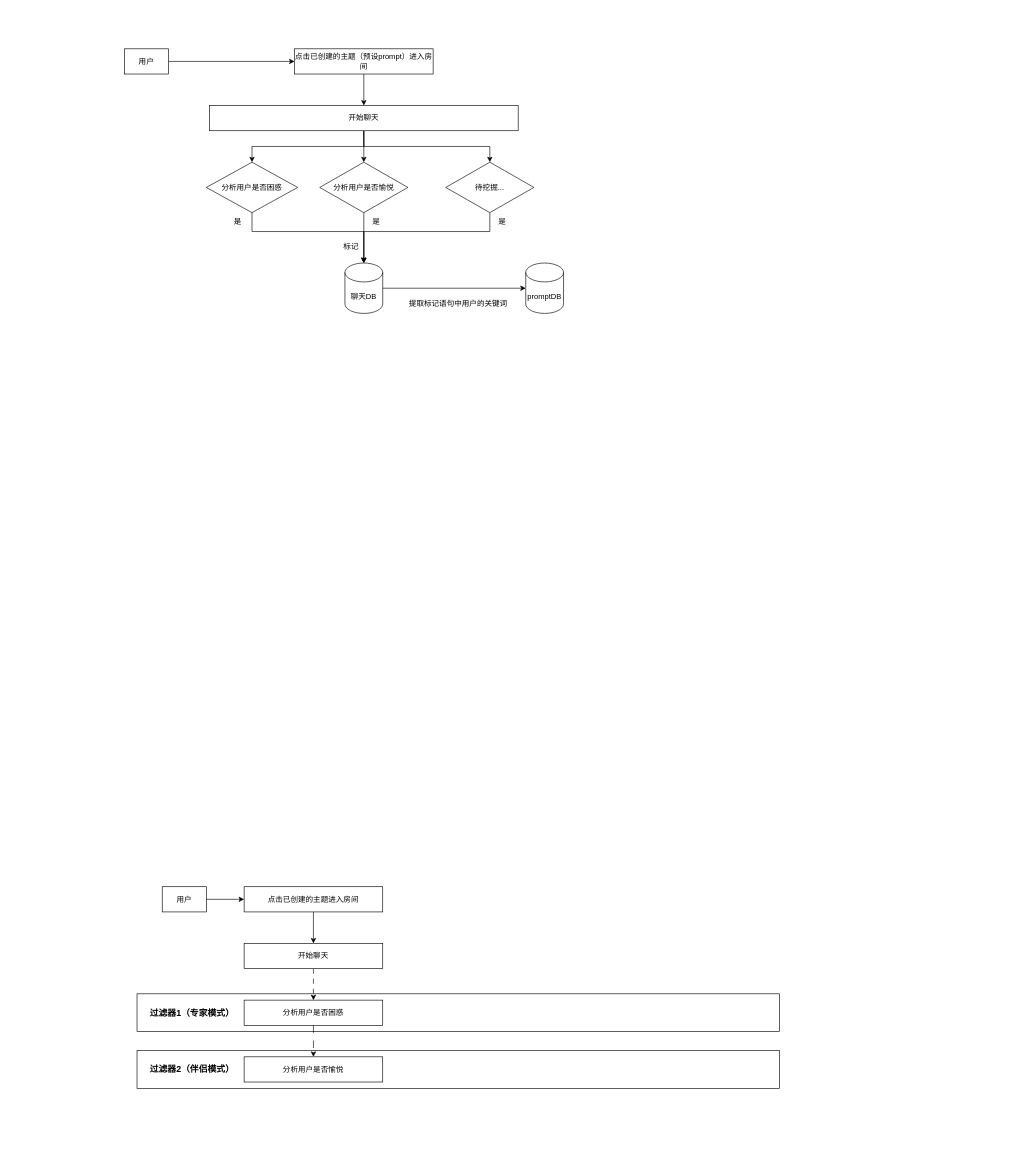
GithubWangXiaoXi/draw-io keeps this draw.io diagram as MBTI.drawio. Above is the earlier version. Source tidied: cells renumbered, new cells numbered last; positions are measured from the earlier drawing's top-left corner, leaving out a move shared by most shapes. Both pictures are drawn from the tidied source at 63%, with x=0, y=0 at pixel (124, 49).
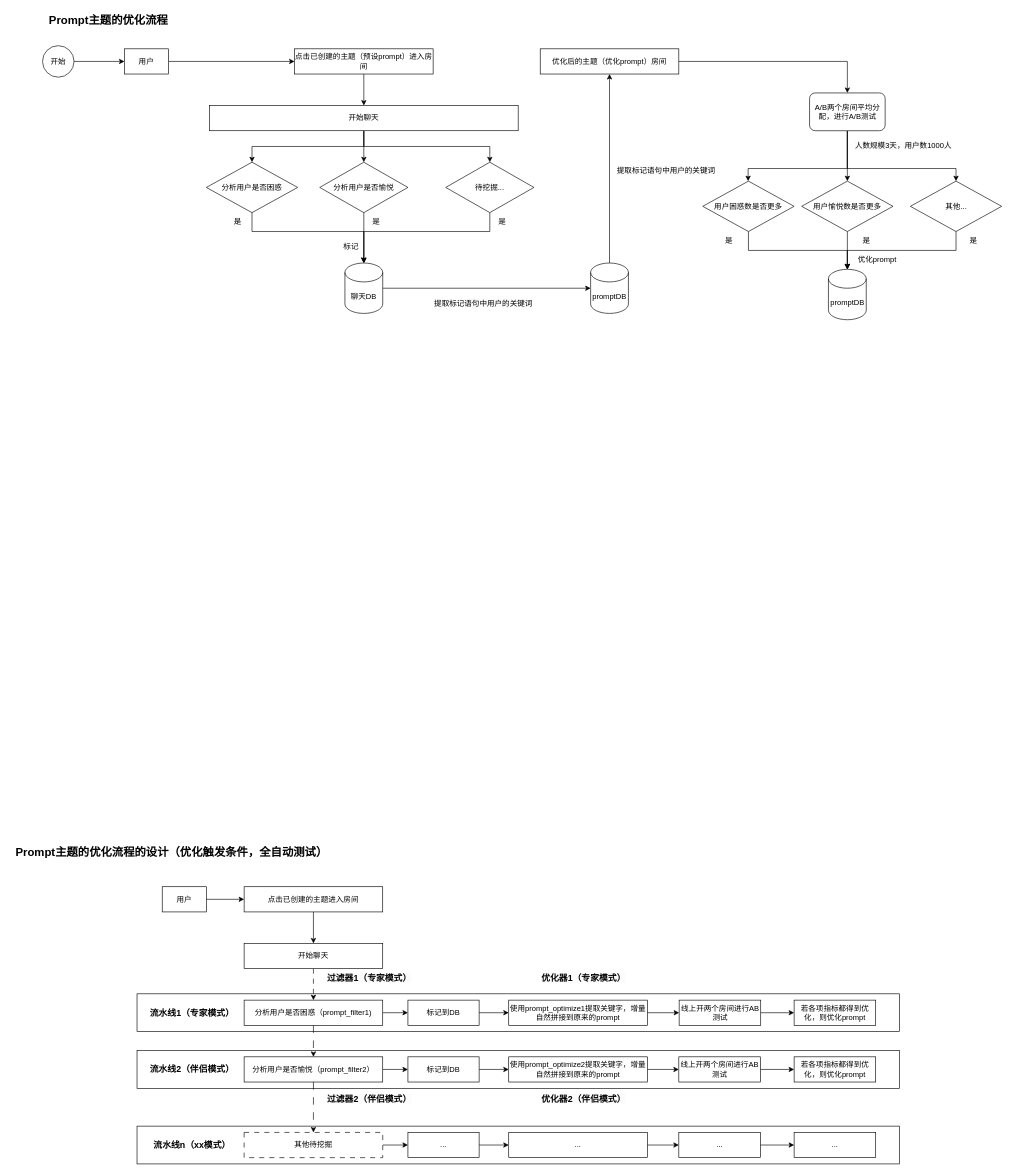
After the change.

Unchanged cells that the change refers to:
```xml
<mxCell id="3" value="用户" style="rounded=0;whiteSpace=wrap;html=1;" parent="1" vertex="1">
  <mxGeometry width="70" height="40" as="geometry" />
</mxCell>
```

Diff of the diagram source:
```diff
@@
+    <mxCell id="37" style="rounded=0;whiteSpace=wrap;html=1;" parent="1" vertex="1">
+      <mxGeometry x="20" y="1710" width="1210" height="60" as="geometry" />
+    </mxCell>
@@
     <mxCell id="10" style="rounded=0;whiteSpace=wrap;html=1;" parent="1" vertex="1">
-      <mxGeometry x="20" y="1590" width="1020" height="60" as="geometry" />
+      <mxGeometry x="20" y="1590" width="1210" height="60" as="geometry" />
     </mxCell>
@@
     <mxCell id="15" style="rounded=0;whiteSpace=wrap;html=1;" parent="1" vertex="1">
-      <mxGeometry x="20" y="1500" width="1020" height="60" as="geometry" />
+      <mxGeometry x="20" y="1500" width="1210" height="60" as="geometry" />
     </mxCell>
@@
+    <mxCell id="38" style="edgeStyle=orthogonalEdgeStyle;rounded=0;jettySize=auto;html=1;" parent="1" edge="1" source="19" target="66">
+      <mxGeometry relative="1" as="geometry" />
+    </mxCell>
-    <mxCell id="19" value="分析用户是否困惑" style="rounded=0;whiteSpace=wrap;html=1;" parent="1" vertex="1">
+    <mxCell id="19" value="分析用户是否困惑（prompt_filter1)" style="rounded=0;whiteSpace=wrap;html=1;" parent="1" vertex="1">
       <mxGeometry x="190" y="1510" width="220" height="40" as="geometry" />
     </mxCell>
-    <mxCell id="20" value="&lt;font style=&quot;font-size: 14px;&quot;&gt;过滤器1（专家模式）&lt;/font&gt;" style="text;html=1;strokeColor=none;fillColor=none;align=center;verticalAlign=middle;whiteSpace=wrap;rounded=0;fontStyle=1;" parent="1" vertex="1">
+    <mxCell id="20" value="&lt;font style=&quot;font-size: 14px;&quot;&gt;流水线1（专家模式）&lt;/font&gt;" style="text;html=1;strokeColor=none;fillColor=none;align=center;verticalAlign=middle;whiteSpace=wrap;rounded=0;fontStyle=1;" parent="1" vertex="1">
       <mxGeometry x="35" y="1515" width="145" height="30" as="geometry" />
     </mxCell>
+    <mxCell id="39" style="edgeStyle=orthogonalEdgeStyle;rounded=0;jettySize=auto;html=1;" parent="1" edge="1" source="21" target="72">
+      <mxGeometry relative="1" as="geometry" />
+    </mxCell>
+    <mxCell id="40" style="edgeStyle=orthogonalEdgeStyle;rounded=0;jettySize=auto;html=1;dashed=1;dashPattern=12 12;" parent="1" edge="1" source="21" target="84">
+      <mxGeometry relative="1" as="geometry" />
+    </mxCell>
-    <mxCell id="21" value="分析用户是否愉悦" style="rounded=0;whiteSpace=wrap;html=1;" parent="1" vertex="1">
+    <mxCell id="21" value="分析用户是否愉悦（prompt_filter2）" style="rounded=0;whiteSpace=wrap;html=1;" parent="1" vertex="1">
       <mxGeometry x="190" y="1600" width="220" height="40" as="geometry" />
     </mxCell>
-    <mxCell id="22" value="&lt;font style=&quot;font-size: 14px;&quot;&gt;过滤器2（伴侣模式）&lt;/font&gt;" style="text;html=1;strokeColor=none;fillColor=none;align=center;verticalAlign=middle;whiteSpace=wrap;rounded=0;fontStyle=1;" parent="1" vertex="1">
+    <mxCell id="22" value="&lt;font style=&quot;font-size: 14px;&quot;&gt;流水线2（伴侣模式）&lt;/font&gt;" style="text;html=1;strokeColor=none;fillColor=none;align=center;verticalAlign=middle;whiteSpace=wrap;rounded=0;fontStyle=1;" parent="1" vertex="1">
       <mxGeometry x="35" y="1605" width="145" height="30" as="geometry" />
     </mxCell>
@@
+    <mxCell id="41" style="edgeStyle=orthogonalEdgeStyle;rounded=0;jettySize=auto;html=1;" parent="1" edge="1" source="35" target="44">
+      <mxGeometry relative="1" as="geometry" />
+    </mxCell>
     <mxCell id="35" value="promptDB" style="shape=cylinder3;whiteSpace=wrap;html=1;boundedLbl=1;backgroundOutline=1;size=15;" parent="1" vertex="1">
-      <mxGeometry x="637" y="340" width="60" height="80" as="geometry" />
+      <mxGeometry x="740" y="340" width="60" height="80" as="geometry" />
     </mxCell>
     <mxCell id="36" value="&lt;span style=&quot;color: rgb(0, 0, 0); font-family: Helvetica; font-size: 12px; font-style: normal; font-variant-ligatures: normal; font-variant-caps: normal; font-weight: 400; letter-spacing: normal; orphans: 2; text-align: center; text-indent: 0px; text-transform: none; widows: 2; word-spacing: 0px; -webkit-text-stroke-width: 0px; background-color: rgb(251, 251, 251); text-decoration-thickness: initial; text-decoration-style: initial; text-decoration-color: initial; float: none; display: inline !important;&quot;&gt;提取标记语句中用户的关键词&lt;/span&gt;" style="text;whiteSpace=wrap;html=1;" parent="1" vertex="1">
-      <mxGeometry x="450" y="390" width="160" height="40" as="geometry" />
+      <mxGeometry x="490" y="390" width="160" height="40" as="geometry" />
     </mxCell>
+    <mxCell id="42" value="&lt;span style=&quot;color: rgb(0, 0, 0); font-family: Helvetica; font-size: 12px; font-style: normal; font-variant-ligatures: normal; font-variant-caps: normal; font-weight: 400; letter-spacing: normal; orphans: 2; text-align: center; text-indent: 0px; text-transform: none; widows: 2; word-spacing: 0px; -webkit-text-stroke-width: 0px; background-color: rgb(251, 251, 251); text-decoration-thickness: initial; text-decoration-style: initial; text-decoration-color: initial; float: none; display: inline !important;&quot;&gt;提取标记语句中用户的关键词&lt;/span&gt;" style="text;whiteSpace=wrap;html=1;" parent="1" vertex="1">
+      <mxGeometry x="780" y="180" width="160" height="30" as="geometry" />
+    </mxCell>
+    <mxCell id="43" style="edgeStyle=orthogonalEdgeStyle;rounded=0;jettySize=auto;html=1;entryX=0.5;entryY=0;entryDx=0;entryDy=0;" parent="1" edge="1" source="44" target="50">
+      <mxGeometry relative="1" as="geometry" />
+    </mxCell>
+    <mxCell id="44" value="优化后的主题（优化prompt）房间" style="rounded=0;whiteSpace=wrap;html=1;" parent="1" vertex="1">
+      <mxGeometry x="660" width="220" height="40" as="geometry" />
+    </mxCell>
+    <mxCell id="45" style="edgeStyle=orthogonalEdgeStyle;rounded=0;jettySize=auto;html=1;entryX=0;entryY=0.5;entryDx=0;entryDy=0;" parent="1" edge="1" source="46" target="3">
+      <mxGeometry relative="1" as="geometry" />
+    </mxCell>
+    <mxCell id="46" value="开始" style="ellipse;whiteSpace=wrap;html=1;" parent="1" vertex="1">
+      <mxGeometry x="-130" y="-5" width="50" height="50" as="geometry" />
+    </mxCell>
+    <mxCell id="47" style="edgeStyle=orthogonalEdgeStyle;rounded=0;jettySize=auto;html=1;exitX=0.5;exitY=1;exitDx=0;exitDy=0;entryX=0.5;entryY=0;entryDx=0;entryDy=0;" parent="1" edge="1" source="50">
+      <mxGeometry relative="1" as="geometry">
+        <mxPoint x="990" y="210" as="targetPoint" />
+        <Array as="points">
+          <mxPoint x="1147.5" y="190" />
+          <mxPoint x="990.5" y="190" />
+        </Array>
+      </mxGeometry>
+    </mxCell>
+    <mxCell id="48" style="edgeStyle=orthogonalEdgeStyle;rounded=0;jettySize=auto;html=1;entryX=0.5;entryY=0;entryDx=0;entryDy=0;" parent="1" edge="1" source="50" target="52">
+      <mxGeometry relative="1" as="geometry" />
+    </mxCell>
+    <mxCell id="49" style="edgeStyle=orthogonalEdgeStyle;rounded=0;jettySize=auto;html=1;entryX=0.5;entryY=0;entryDx=0;entryDy=0;" parent="1" edge="1" source="50" target="53">
+      <mxGeometry relative="1" as="geometry">
+        <Array as="points">
+          <mxPoint x="1147.5" y="190" />
+          <mxPoint x="1320.5" y="190" />
+        </Array>
+      </mxGeometry>
+    </mxCell>
+    <mxCell id="50" value="A/B两个房间平均分配，进行A/B测试" style="rounded=1;whiteSpace=wrap;html=1;" parent="1" vertex="1">
+      <mxGeometry x="1087.5" y="70" width="120" height="60" as="geometry" />
+    </mxCell>
+    <mxCell id="51" value="用户困惑数是否更多" style="rhombus;whiteSpace=wrap;html=1;" parent="1" vertex="1">
+      <mxGeometry x="918" y="210" width="145" height="80" as="geometry" />
+    </mxCell>
+    <mxCell id="52" value="用户愉悦数是否更多" style="rhombus;whiteSpace=wrap;html=1;" parent="1" vertex="1">
+      <mxGeometry x="1075" y="210" width="145" height="80" as="geometry" />
+    </mxCell>
+    <mxCell id="53" value="其他..." style="rhombus;whiteSpace=wrap;html=1;" parent="1" vertex="1">
+      <mxGeometry x="1247.5" y="210" width="145" height="80" as="geometry" />
+    </mxCell>
+    <mxCell id="54" value="&lt;span style=&quot;color: rgb(0, 0, 0); font-family: Helvetica; font-size: 12px; font-style: normal; font-variant-ligatures: normal; font-variant-caps: normal; font-weight: 400; letter-spacing: normal; orphans: 2; text-align: center; text-indent: 0px; text-transform: none; widows: 2; word-spacing: 0px; -webkit-text-stroke-width: 0px; background-color: rgb(251, 251, 251); text-decoration-thickness: initial; text-decoration-style: initial; text-decoration-color: initial; float: none; display: inline !important;&quot;&gt;人数规模3天，用户数1000人&lt;/span&gt;" style="text;whiteSpace=wrap;html=1;" parent="1" vertex="1">
+      <mxGeometry x="1157.5" y="140" width="160" height="30" as="geometry" />
+    </mxCell>
+    <mxCell id="55" value="&lt;font style=&quot;font-size: 18px;&quot;&gt;&lt;b&gt;Prompt主题的优化流程&lt;/b&gt;&lt;/font&gt;" style="text;html=1;strokeColor=none;fillColor=none;align=center;verticalAlign=middle;whiteSpace=wrap;rounded=0;" parent="1" vertex="1">
+      <mxGeometry x="-130" y="-60" width="210" height="30" as="geometry" />
+    </mxCell>
+    <mxCell id="56" value="&lt;font style=&quot;font-size: 18px;&quot;&gt;&lt;b&gt;Prompt主题的优化流程的设计（优化触发条件，全自动测试）&lt;/b&gt;&lt;/font&gt;" style="text;html=1;strokeColor=none;fillColor=none;align=center;verticalAlign=middle;whiteSpace=wrap;rounded=0;" parent="1" vertex="1">
+      <mxGeometry x="-180" y="1260" width="510" height="30" as="geometry" />
+    </mxCell>
+    <mxCell id="57" value="promptDB" style="shape=cylinder3;whiteSpace=wrap;html=1;boundedLbl=1;backgroundOutline=1;size=15;" parent="1" vertex="1">
+      <mxGeometry x="1117.5" y="350" width="60" height="80" as="geometry" />
+    </mxCell>
+    <mxCell id="58" style="edgeStyle=orthogonalEdgeStyle;rounded=0;jettySize=auto;html=1;exitX=0.5;exitY=1;exitDx=0;exitDy=0;entryX=0.5;entryY=0;entryDx=0;entryDy=0;entryPerimeter=0;" parent="1" edge="1" source="51" target="57">
+      <mxGeometry relative="1" as="geometry">
+        <Array as="points">
+          <mxPoint x="990" y="320" />
+          <mxPoint x="1148" y="320" />
+        </Array>
+      </mxGeometry>
+    </mxCell>
+    <mxCell id="59" style="edgeStyle=orthogonalEdgeStyle;rounded=0;jettySize=auto;html=1;entryX=0.5;entryY=0;entryDx=0;entryDy=0;entryPerimeter=0;" parent="1" edge="1" source="53" target="57">
+      <mxGeometry relative="1" as="geometry">
+        <Array as="points">
+          <mxPoint x="1320" y="320" />
+          <mxPoint x="1148" y="320" />
+        </Array>
+      </mxGeometry>
+    </mxCell>
+    <mxCell id="60" style="edgeStyle=orthogonalEdgeStyle;rounded=0;jettySize=auto;html=1;entryX=0.5;entryY=0;entryDx=0;entryDy=0;entryPerimeter=0;" parent="1" edge="1" source="52" target="57">
+      <mxGeometry relative="1" as="geometry" />
+    </mxCell>
+    <mxCell id="61" value="是" style="text;html=1;strokeColor=none;fillColor=none;align=center;verticalAlign=middle;whiteSpace=wrap;rounded=0;" parent="1" vertex="1">
+      <mxGeometry x="930" y="290" width="60" height="30" as="geometry" />
+    </mxCell>
+    <mxCell id="62" value="是" style="text;html=1;strokeColor=none;fillColor=none;align=center;verticalAlign=middle;whiteSpace=wrap;rounded=0;" parent="1" vertex="1">
+      <mxGeometry x="1147.5" y="290" width="60" height="30" as="geometry" />
+    </mxCell>
+    <mxCell id="63" value="是" style="text;html=1;strokeColor=none;fillColor=none;align=center;verticalAlign=middle;whiteSpace=wrap;rounded=0;" parent="1" vertex="1">
+      <mxGeometry x="1317.5" y="290" width="60" height="30" as="geometry" />
+    </mxCell>
+    <mxCell id="64" value="优化prompt" style="text;html=1;strokeColor=none;fillColor=none;align=center;verticalAlign=middle;whiteSpace=wrap;rounded=0;" parent="1" vertex="1">
+      <mxGeometry x="1130" y="320" width="130" height="30" as="geometry" />
+    </mxCell>
+    <mxCell id="65" style="edgeStyle=orthogonalEdgeStyle;rounded=0;jettySize=auto;html=1;" parent="1" edge="1" source="66" target="68">
+      <mxGeometry relative="1" as="geometry" />
+    </mxCell>
+    <mxCell id="66" value="标记到DB" style="rounded=0;whiteSpace=wrap;html=1;" parent="1" vertex="1">
+      <mxGeometry x="450" y="1510" width="113" height="40" as="geometry" />
+    </mxCell>
+    <mxCell id="67" style="edgeStyle=orthogonalEdgeStyle;rounded=0;jettySize=auto;html=1;" parent="1" edge="1" source="68" target="70">
+      <mxGeometry relative="1" as="geometry" />
+    </mxCell>
+    <mxCell id="68" value="使用prompt_optimize1提取关键字，增量自然拼接到原来的prompt" style="rounded=0;whiteSpace=wrap;html=1;" parent="1" vertex="1">
+      <mxGeometry x="610" y="1510" width="220" height="40" as="geometry" />
+    </mxCell>
+    <mxCell id="69" style="edgeStyle=orthogonalEdgeStyle;rounded=0;jettySize=auto;html=1;" parent="1" edge="1" source="70" target="77">
+      <mxGeometry relative="1" as="geometry" />
+    </mxCell>
+    <mxCell id="70" value="线上开两个房间进行AB测试" style="rounded=0;whiteSpace=wrap;html=1;" parent="1" vertex="1">
+      <mxGeometry x="880.5" y="1510" width="129.5" height="40" as="geometry" />
+    </mxCell>
+    <mxCell id="71" style="edgeStyle=orthogonalEdgeStyle;rounded=0;jettySize=auto;html=1;" parent="1" edge="1" source="72" target="74">
+      <mxGeometry relative="1" as="geometry" />
+    </mxCell>
+    <mxCell id="72" value="标记到DB" style="rounded=0;whiteSpace=wrap;html=1;" parent="1" vertex="1">
+      <mxGeometry x="450" y="1600" width="113" height="40" as="geometry" />
+    </mxCell>
+    <mxCell id="73" style="edgeStyle=orthogonalEdgeStyle;rounded=0;jettySize=auto;html=1;" parent="1" edge="1" source="74" target="76">
+      <mxGeometry relative="1" as="geometry" />
+    </mxCell>
+    <mxCell id="74" value="使用prompt_optimize2提取关键字，增量自然拼接到原来的prompt" style="rounded=0;whiteSpace=wrap;html=1;" parent="1" vertex="1">
+      <mxGeometry x="610" y="1600" width="220" height="40" as="geometry" />
+    </mxCell>
+    <mxCell id="75" style="edgeStyle=orthogonalEdgeStyle;rounded=0;jettySize=auto;html=1;" parent="1" edge="1" source="76" target="78">
+      <mxGeometry relative="1" as="geometry" />
+    </mxCell>
+    <mxCell id="76" value="线上开两个房间进行AB测试" style="rounded=0;whiteSpace=wrap;html=1;" parent="1" vertex="1">
+      <mxGeometry x="880" y="1600" width="129.5" height="40" as="geometry" />
+    </mxCell>
+    <mxCell id="77" value="若各项指标都得到优化，则优化prompt" style="rounded=0;whiteSpace=wrap;html=1;" parent="1" vertex="1">
+      <mxGeometry x="1063" y="1510" width="129.5" height="40" as="geometry" />
+    </mxCell>
+    <mxCell id="78" value="若各项指标都得到优化，则优化prompt" style="rounded=0;whiteSpace=wrap;html=1;" parent="1" vertex="1">
+      <mxGeometry x="1063" y="1600" width="129.5" height="40" as="geometry" />
+    </mxCell>
+    <mxCell id="79" value="&lt;span style=&quot;color: rgb(0, 0, 0); font-family: Helvetica; font-size: 14px; font-style: normal; font-variant-ligatures: normal; font-variant-caps: normal; font-weight: 700; letter-spacing: normal; orphans: 2; text-align: center; text-indent: 0px; text-transform: none; widows: 2; word-spacing: 0px; -webkit-text-stroke-width: 0px; background-color: rgb(251, 251, 251); text-decoration-thickness: initial; text-decoration-style: initial; text-decoration-color: initial; float: none; display: inline !important;&quot;&gt;过滤器1（专家模式）&lt;/span&gt;" style="text;whiteSpace=wrap;html=1;" parent="1" vertex="1">
+      <mxGeometry x="320" y="1460" width="170" height="40" as="geometry" />
+    </mxCell>
+    <mxCell id="80" value="&lt;span style=&quot;color: rgb(0, 0, 0); font-family: Helvetica; font-size: 14px; font-style: normal; font-variant-ligatures: normal; font-variant-caps: normal; font-weight: 700; letter-spacing: normal; orphans: 2; text-align: center; text-indent: 0px; text-transform: none; widows: 2; word-spacing: 0px; -webkit-text-stroke-width: 0px; background-color: rgb(251, 251, 251); text-decoration-thickness: initial; text-decoration-style: initial; text-decoration-color: initial; float: none; display: inline !important;&quot;&gt;过滤器2（伴侣模式）&lt;/span&gt;" style="text;whiteSpace=wrap;html=1;" parent="1" vertex="1">
+      <mxGeometry x="320" y="1652" width="170" height="40" as="geometry" />
+    </mxCell>
+    <mxCell id="81" value="&lt;span style=&quot;color: rgb(0, 0, 0); font-family: Helvetica; font-size: 14px; font-style: normal; font-variant-ligatures: normal; font-variant-caps: normal; font-weight: 700; letter-spacing: normal; orphans: 2; text-align: center; text-indent: 0px; text-transform: none; widows: 2; word-spacing: 0px; -webkit-text-stroke-width: 0px; background-color: rgb(251, 251, 251); text-decoration-thickness: initial; text-decoration-style: initial; text-decoration-color: initial; float: none; display: inline !important;&quot;&gt;优化器2（伴侣模式）&lt;/span&gt;" style="text;whiteSpace=wrap;html=1;" parent="1" vertex="1">
+      <mxGeometry x="660" y="1652" width="170" height="40" as="geometry" />
+    </mxCell>
+    <mxCell id="82" value="&lt;span style=&quot;color: rgb(0, 0, 0); font-family: Helvetica; font-size: 14px; font-style: normal; font-variant-ligatures: normal; font-variant-caps: normal; font-weight: 700; letter-spacing: normal; orphans: 2; text-align: center; text-indent: 0px; text-transform: none; widows: 2; word-spacing: 0px; -webkit-text-stroke-width: 0px; background-color: rgb(251, 251, 251); text-decoration-thickness: initial; text-decoration-style: initial; text-decoration-color: initial; float: none; display: inline !important;&quot;&gt;优化器1（专家模式）&lt;/span&gt;" style="text;whiteSpace=wrap;html=1;" parent="1" vertex="1">
+      <mxGeometry x="660" y="1460" width="170" height="40" as="geometry" />
+    </mxCell>
+    <mxCell id="83" style="edgeStyle=orthogonalEdgeStyle;rounded=0;jettySize=auto;html=1;" parent="1" edge="1" source="84" target="87">
+      <mxGeometry relative="1" as="geometry" />
+    </mxCell>
+    <mxCell id="84" value="其他待挖掘" style="rounded=0;whiteSpace=wrap;html=1;dashed=1;dashPattern=8 8;" parent="1" vertex="1">
+      <mxGeometry x="190" y="1720" width="220" height="40" as="geometry" />
+    </mxCell>
+    <mxCell id="85" value="&lt;font style=&quot;font-size: 14px;&quot;&gt;流水线n（xx模式）&lt;/font&gt;" style="text;html=1;strokeColor=none;fillColor=none;align=center;verticalAlign=middle;whiteSpace=wrap;rounded=0;fontStyle=1;" parent="1" vertex="1">
+      <mxGeometry x="35" y="1725" width="145" height="30" as="geometry" />
+    </mxCell>
+    <mxCell id="86" style="edgeStyle=orthogonalEdgeStyle;rounded=0;jettySize=auto;html=1;" parent="1" edge="1" source="87" target="89">
+      <mxGeometry relative="1" as="geometry" />
+    </mxCell>
+    <mxCell id="87" value="..." style="rounded=0;whiteSpace=wrap;html=1;" parent="1" vertex="1">
+      <mxGeometry x="450" y="1720" width="113" height="40" as="geometry" />
+    </mxCell>
+    <mxCell id="88" style="edgeStyle=orthogonalEdgeStyle;rounded=0;jettySize=auto;html=1;" parent="1" edge="1" source="89" target="91">
+      <mxGeometry relative="1" as="geometry" />
+    </mxCell>
+    <mxCell id="89" value="..." style="rounded=0;whiteSpace=wrap;html=1;" parent="1" vertex="1">
+      <mxGeometry x="610" y="1720" width="220" height="40" as="geometry" />
+    </mxCell>
+    <mxCell id="90" style="edgeStyle=orthogonalEdgeStyle;rounded=0;jettySize=auto;html=1;" parent="1" edge="1" source="91" target="92">
+      <mxGeometry relative="1" as="geometry" />
+    </mxCell>
+    <mxCell id="91" value="..." style="rounded=0;whiteSpace=wrap;html=1;" parent="1" vertex="1">
+      <mxGeometry x="880" y="1720" width="129.5" height="40" as="geometry" />
+    </mxCell>
+    <mxCell id="92" value="..." style="rounded=0;whiteSpace=wrap;html=1;" parent="1" vertex="1">
+      <mxGeometry x="1063" y="1720" width="129.5" height="40" as="geometry" />
+    </mxCell>
```
